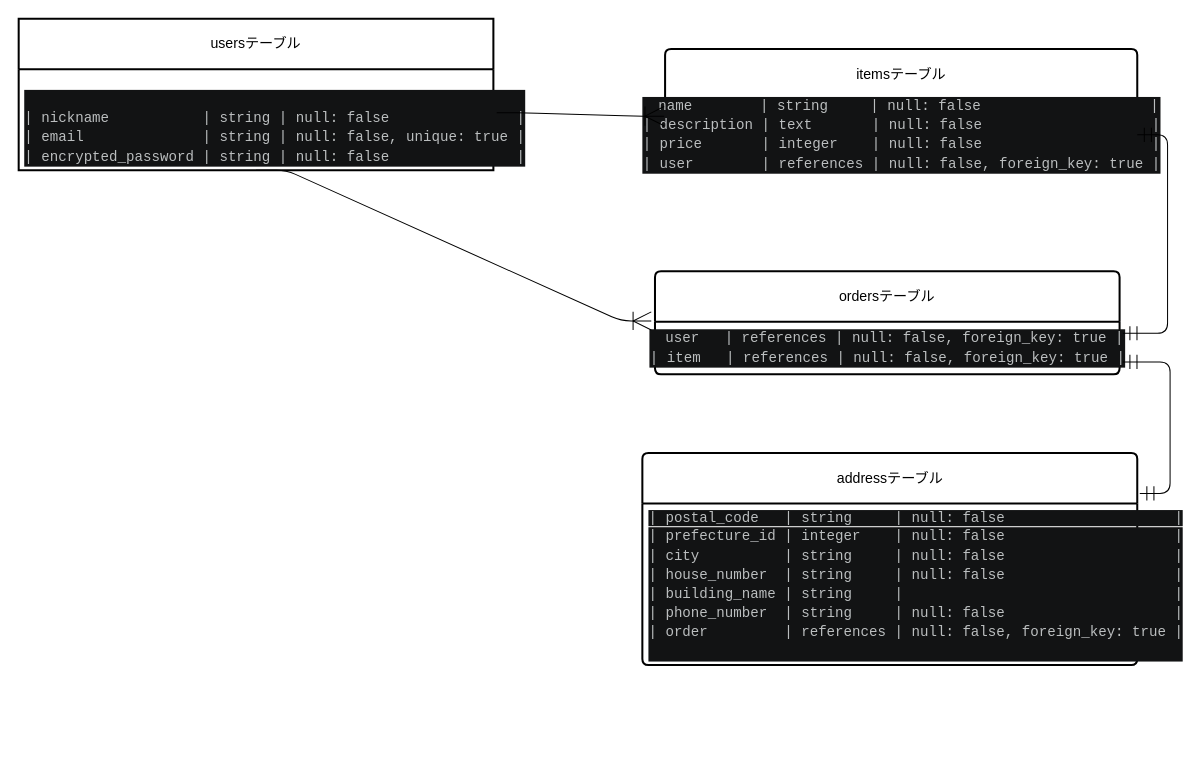
Before: .dio in turnandriverse6-netizen/furima-47924, a draw.io diagram. Source tidied: cells renumbered, new cells numbered last; positions are measured from the earlier drawing's top-left corner, leaving out a move shared by most shapes. Both pictures are drawn from the tidied source at 101%, with x=0, y=0 at pixel (18, 18).
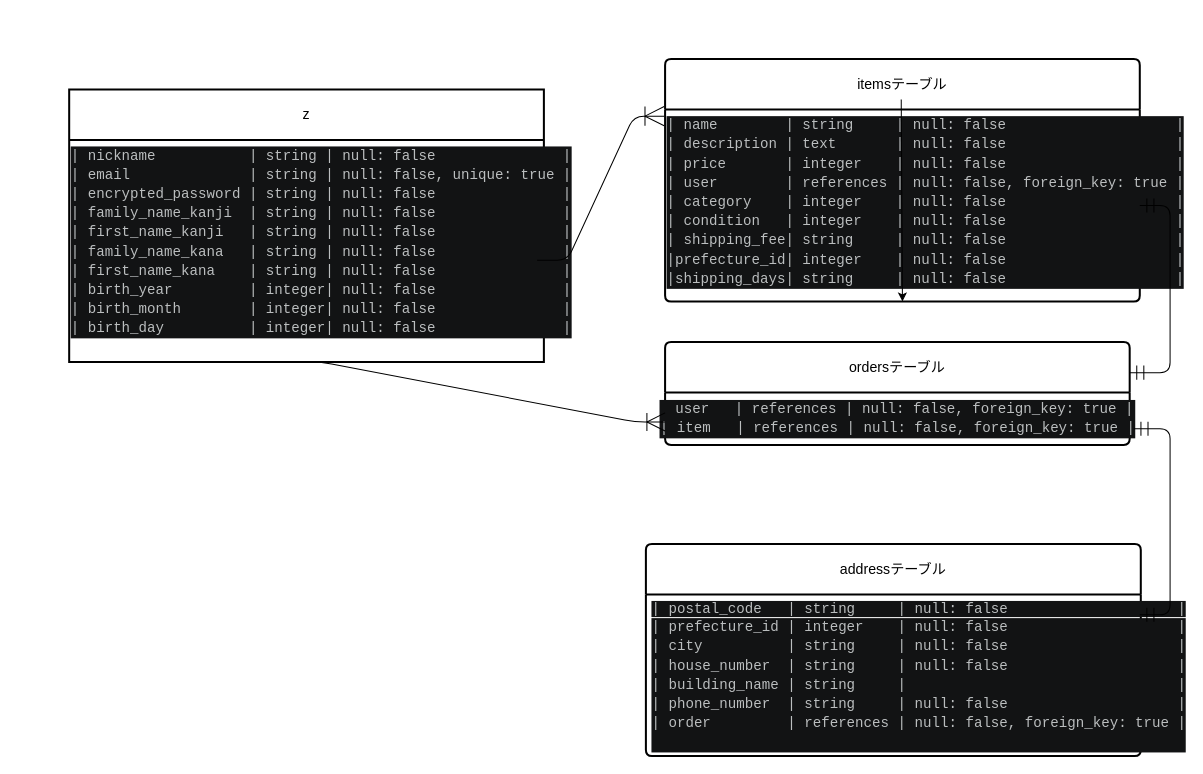
The same page after the edit.

Commit message (it also covers changes not shown here):
カラムの追加

Unchanged cells that the change refers to:
```xml
<mxCell id="7" value="&lt;div style=&quot;color: rgb(187, 190, 191); background-color: rgb(18, 19, 20); font-family: Consolas, &amp;quot;Courier New&amp;quot;, monospace; font-size: 14px; line-height: 19px; white-space-collapse: preserve;&quot;&gt;&lt;div&gt;&lt;span style=&quot;color: rgb(187, 190, 191);&quot;&gt;　user &amp;nbsp; | references | null: false, foreign_key: true |&lt;/span&gt;&lt;/div&gt;&lt;div&gt;&lt;span style=&quot;color: rgb(187, 190, 191);&quot;&gt;| item &amp;nbsp; | references | null: false, foreign_key: true |&lt;/span&gt;&lt;/div&gt;&lt;/div&gt;" style="text;html=1;align=center;verticalAlign=middle;points=[];strokeColor=none;fillColor=none;" parent="6" vertex="1">
  <mxGeometry y="50" width="460" height="52" as="geometry" />
</mxCell>
```

Change to the diagram source:
```diff
@@
-    <mxCell id="2" value="usersテーブル" style="swimlane;horizontal=1;startSize=50;rounded=1;fontSize=14;fontStyle=0;strokeWidth=2;shadow=0;dashed=0;align=center;arcSize=0;whiteSpace=wrap;html=1;" parent="1" vertex="1">
-      <mxGeometry width="470" height="150" as="geometry" />
+    <mxCell id="2" value="z" style="swimlane;horizontal=1;startSize=50;rounded=1;fontSize=14;fontStyle=0;strokeWidth=2;shadow=0;dashed=0;align=center;arcSize=0;whiteSpace=wrap;html=1;" parent="1" vertex="1">
+      <mxGeometry x="50" y="70" width="470" height="270" as="geometry" />
     </mxCell>
-    <mxCell id="3" value="&lt;br&gt;&lt;div style=&quot;color: rgb(187, 190, 191); background-color: rgb(18, 19, 20); font-family: Consolas, &amp;quot;Courier New&amp;quot;, monospace; font-size: 14px; line-height: 19px; white-space-collapse: preserve;&quot;&gt;&lt;div&gt;&lt;br&gt;&lt;/div&gt;&lt;div&gt;&lt;span style=&quot;color: rgb(187, 190, 191);&quot;&gt;| nickname &amp;nbsp; &amp;nbsp; &amp;nbsp; &amp;nbsp; &amp;nbsp; | string | null: false &amp;nbsp; &amp;nbsp; &amp;nbsp; &amp;nbsp; &amp;nbsp; &amp;nbsp; &amp;nbsp; |&lt;/span&gt;&lt;/div&gt;&lt;div&gt;&lt;span style=&quot;color: rgb(187, 190, 191);&quot;&gt;| email &amp;nbsp; &amp;nbsp; &amp;nbsp; &amp;nbsp; &amp;nbsp; &amp;nbsp; &amp;nbsp;| string | null: false, unique: true |&lt;/span&gt;&lt;/div&gt;&lt;div&gt;&lt;span style=&quot;color: rgb(187, 190, 191);&quot;&gt;| encrypted_password | string | null: false &amp;nbsp; &amp;nbsp; &amp;nbsp; &amp;nbsp; &amp;nbsp; &amp;nbsp; &amp;nbsp; |&lt;/span&gt;&lt;/div&gt;&lt;/div&gt;&lt;div&gt;&lt;br&gt;&lt;/div&gt;" style="align=left;strokeColor=none;fillColor=none;spacingLeft=4;fontSize=12;verticalAlign=top;html=1;" parent="2" vertex="1">
-      <mxGeometry y="50" width="470" height="100" as="geometry" />
-    </mxCell>
+    <mxCell id="14" value="&lt;div style=&quot;color: #bbbebf;background-color: #121314;font-family: Consolas, 'Courier New', monospace;font-weight: normal;font-size: 14px;line-height: 19px;white-space: pre;&quot;&gt;&lt;div&gt;&lt;span style=&quot;color: #bbbebf;&quot;&gt;| nickname &amp;nbsp; &amp;nbsp; &amp;nbsp; &amp;nbsp; &amp;nbsp; | string | null: false &amp;nbsp; &amp;nbsp; &amp;nbsp; &amp;nbsp; &amp;nbsp; &amp;nbsp; &amp;nbsp; |&lt;/span&gt;&lt;/div&gt;&lt;div&gt;&lt;span style=&quot;color: #bbbebf;&quot;&gt;| email &amp;nbsp; &amp;nbsp; &amp;nbsp; &amp;nbsp; &amp;nbsp; &amp;nbsp; &amp;nbsp;| string | null: false, unique: true |&lt;/span&gt;&lt;/div&gt;&lt;div&gt;&lt;span style=&quot;color: #bbbebf;&quot;&gt;| encrypted_password | string | null: false &amp;nbsp; &amp;nbsp; &amp;nbsp; &amp;nbsp; &amp;nbsp; &amp;nbsp; &amp;nbsp; |&lt;/span&gt;&lt;/div&gt;&lt;div&gt;&lt;span style=&quot;color: #bbbebf;&quot;&gt;| family_name_kanji &amp;nbsp;| string | null: false &amp;nbsp; &amp;nbsp; &amp;nbsp; &amp;nbsp; &amp;nbsp; &amp;nbsp; &amp;nbsp; |&lt;/span&gt;&lt;/div&gt;&lt;div&gt;&lt;span style=&quot;color: #bbbebf;&quot;&gt;| first_name_kanji &amp;nbsp; | string | null: false &amp;nbsp; &amp;nbsp; &amp;nbsp; &amp;nbsp; &amp;nbsp; &amp;nbsp; &amp;nbsp; |&lt;/span&gt;&lt;/div&gt;&lt;div&gt;&lt;span style=&quot;color: #bbbebf;&quot;&gt;| family_name_kana &amp;nbsp; | string | null: false &amp;nbsp; &amp;nbsp; &amp;nbsp; &amp;nbsp; &amp;nbsp; &amp;nbsp; &amp;nbsp; |&lt;/span&gt;&lt;/div&gt;&lt;div&gt;&lt;span style=&quot;color: #bbbebf;&quot;&gt;| first_name_kana &amp;nbsp; &amp;nbsp;| string | null: false &amp;nbsp; &amp;nbsp; &amp;nbsp; &amp;nbsp; &amp;nbsp; &amp;nbsp; &amp;nbsp; |&lt;/span&gt;&lt;/div&gt;&lt;div&gt;&lt;span style=&quot;color: #bbbebf;&quot;&gt;| birth_year &amp;nbsp; &amp;nbsp; &amp;nbsp; &amp;nbsp; | integer| null: false &amp;nbsp; &amp;nbsp; &amp;nbsp; &amp;nbsp; &amp;nbsp; &amp;nbsp; &amp;nbsp; |&lt;/span&gt;&lt;/div&gt;&lt;div&gt;&lt;span style=&quot;color: #bbbebf;&quot;&gt;| birth_month &amp;nbsp; &amp;nbsp; &amp;nbsp; &amp;nbsp;| integer| null: false &amp;nbsp; &amp;nbsp; &amp;nbsp; &amp;nbsp; &amp;nbsp; &amp;nbsp; &amp;nbsp; |&lt;/span&gt;&lt;/div&gt;&lt;div&gt;&lt;span style=&quot;color: #bbbebf;&quot;&gt;| birth_day &amp;nbsp; &amp;nbsp; &amp;nbsp; &amp;nbsp; &amp;nbsp;| integer| null: false &amp;nbsp; &amp;nbsp; &amp;nbsp; &amp;nbsp; &amp;nbsp; &amp;nbsp; &amp;nbsp; |&lt;/span&gt;&lt;/div&gt;&lt;/div&gt;" style="text;whiteSpace=wrap;html=1;" parent="2" vertex="1">
+      <mxGeometry y="50" width="470" height="220" as="geometry" />
+    </mxCell>
     <mxCell id="4" value="itemsテーブル" style="swimlane;horizontal=1;startSize=50;rounded=1;fontSize=14;fontStyle=0;strokeWidth=2;shadow=0;dashed=0;align=center;arcSize=4;whiteSpace=wrap;html=1;" parent="1" vertex="1">
-      <mxGeometry x="640" y="30" width="467.5" height="120" as="geometry" />
+      <mxGeometry x="640" y="40" width="470" height="240" as="geometry" />
     </mxCell>
-    <mxCell id="5" value="&lt;div style=&quot;color: rgb(187, 190, 191); background-color: rgb(18, 19, 20); font-family: Consolas, &amp;quot;Courier New&amp;quot;, monospace; font-size: 14px; line-height: 19px; white-space-collapse: preserve;&quot;&gt;&lt;div&gt;&lt;span style=&quot;color: rgb(187, 190, 191);&quot;&gt;　name &amp;nbsp; &amp;nbsp; &amp;nbsp; &amp;nbsp;| string &amp;nbsp; &amp;nbsp; | null: false &amp;nbsp; &amp;nbsp; &amp;nbsp; &amp;nbsp; &amp;nbsp; &amp;nbsp; &amp;nbsp; &amp;nbsp; &amp;nbsp; &amp;nbsp;|&lt;/span&gt;&lt;/div&gt;&lt;div&gt;&lt;span style=&quot;color: rgb(187, 190, 191);&quot;&gt;| description | text &amp;nbsp; &amp;nbsp; &amp;nbsp; | null: false &amp;nbsp; &amp;nbsp; &amp;nbsp; &amp;nbsp; &amp;nbsp; &amp;nbsp; &amp;nbsp; &amp;nbsp; &amp;nbsp; &amp;nbsp;|&lt;/span&gt;&lt;/div&gt;&lt;div&gt;&lt;span style=&quot;color: rgb(187, 190, 191);&quot;&gt;| price &amp;nbsp; &amp;nbsp; &amp;nbsp; | integer &amp;nbsp; &amp;nbsp;| null: false &amp;nbsp; &amp;nbsp; &amp;nbsp; &amp;nbsp; &amp;nbsp; &amp;nbsp; &amp;nbsp; &amp;nbsp; &amp;nbsp; &amp;nbsp;|&lt;/span&gt;&lt;/div&gt;&lt;div&gt;&lt;span style=&quot;color: rgb(187, 190, 191);&quot;&gt;| user &amp;nbsp; &amp;nbsp; &amp;nbsp; &amp;nbsp;| references | null: false, foreign_key: true |&lt;/span&gt;&lt;/div&gt;&lt;/div&gt;" style="text;html=1;align=center;verticalAlign=middle;points=[];strokeColor=none;fillColor=none;" parent="4" vertex="1">
-      <mxGeometry y="50" width="467.5" height="70" as="geometry" />
-    </mxCell>
+    <mxCell id="15" value="&lt;div style=&quot;color: #bbbebf;background-color: #121314;font-family: Consolas, 'Courier New', monospace;font-weight: normal;font-size: 14px;line-height: 19px;white-space: pre;&quot;&gt;&lt;div&gt;&lt;span style=&quot;color: #bbbebf;&quot;&gt;| name &amp;nbsp; &amp;nbsp; &amp;nbsp; &amp;nbsp;| string &amp;nbsp; &amp;nbsp; | null: false &amp;nbsp; &amp;nbsp; &amp;nbsp; &amp;nbsp; &amp;nbsp; &amp;nbsp; &amp;nbsp; &amp;nbsp; &amp;nbsp; &amp;nbsp;|&lt;/span&gt;&lt;/div&gt;&lt;div&gt;&lt;span style=&quot;color: #bbbebf;&quot;&gt;| description | text &amp;nbsp; &amp;nbsp; &amp;nbsp; | null: false &amp;nbsp; &amp;nbsp; &amp;nbsp; &amp;nbsp; &amp;nbsp; &amp;nbsp; &amp;nbsp; &amp;nbsp; &amp;nbsp; &amp;nbsp;|&lt;/span&gt;&lt;/div&gt;&lt;div&gt;&lt;span style=&quot;color: #bbbebf;&quot;&gt;| price &amp;nbsp; &amp;nbsp; &amp;nbsp; | integer &amp;nbsp; &amp;nbsp;| null: false &amp;nbsp; &amp;nbsp; &amp;nbsp; &amp;nbsp; &amp;nbsp; &amp;nbsp; &amp;nbsp; &amp;nbsp; &amp;nbsp; &amp;nbsp;|&lt;/span&gt;&lt;/div&gt;&lt;div&gt;&lt;span style=&quot;color: #bbbebf;&quot;&gt;| user &amp;nbsp; &amp;nbsp; &amp;nbsp; &amp;nbsp;| references | null: false, foreign_key: true |&lt;/span&gt;&lt;/div&gt;&lt;div&gt;&lt;span style=&quot;color: #bbbebf;&quot;&gt;| category &amp;nbsp; &amp;nbsp;| integer &amp;nbsp; &amp;nbsp;| null: false &amp;nbsp; &amp;nbsp; &amp;nbsp; &amp;nbsp; &amp;nbsp; &amp;nbsp; &amp;nbsp; &amp;nbsp; &amp;nbsp; &amp;nbsp;|&lt;/span&gt;&lt;/div&gt;&lt;div&gt;&lt;span style=&quot;color: #bbbebf;&quot;&gt;| condition &amp;nbsp; | integer &amp;nbsp; &amp;nbsp;| null: false &amp;nbsp; &amp;nbsp; &amp;nbsp; &amp;nbsp; &amp;nbsp; &amp;nbsp; &amp;nbsp; &amp;nbsp; &amp;nbsp; &amp;nbsp;|&lt;/span&gt;&lt;/div&gt;&lt;div&gt;&lt;span style=&quot;color: #bbbebf;&quot;&gt;| shipping_fee| string &amp;nbsp; &amp;nbsp; | null: false &amp;nbsp; &amp;nbsp; &amp;nbsp; &amp;nbsp; &amp;nbsp; &amp;nbsp; &amp;nbsp; &amp;nbsp; &amp;nbsp; &amp;nbsp;|&lt;/span&gt;&lt;/div&gt;&lt;div&gt;&lt;span style=&quot;color: #bbbebf;&quot;&gt;|prefecture_id| integer &amp;nbsp; &amp;nbsp;| null: false &amp;nbsp; &amp;nbsp; &amp;nbsp; &amp;nbsp; &amp;nbsp; &amp;nbsp; &amp;nbsp; &amp;nbsp; &amp;nbsp; &amp;nbsp;|&lt;/span&gt;&lt;/div&gt;&lt;div&gt;&lt;span style=&quot;color: #bbbebf;&quot;&gt;|shipping_days| string &amp;nbsp; &amp;nbsp; | null: false &amp;nbsp; &amp;nbsp; &amp;nbsp; &amp;nbsp; &amp;nbsp; &amp;nbsp; &amp;nbsp; &amp;nbsp; &amp;nbsp; &amp;nbsp;|&lt;/span&gt;&lt;/div&gt;&lt;/div&gt;" style="text;whiteSpace=wrap;html=1;" parent="4" vertex="1">
+      <mxGeometry y="50" width="470" height="190" as="geometry" />
+    </mxCell>
+    <mxCell id="16" value="&lt;div style=&quot;color: rgb(187, 190, 191); background-color: rgb(18, 19, 20); font-family: Consolas, &amp;quot;Courier New&amp;quot;, monospace; font-size: 14px; line-height: 19px; white-space-collapse: preserve;&quot;&gt;&lt;div style=&quot;color: rgb(187, 190, 191); line-height: 19px;&quot;&gt;&lt;br&gt;&lt;/div&gt;&lt;/div&gt;" style="text;html=1;align=center;verticalAlign=middle;points=[];strokeColor=none;fillColor=none;" parent="4" vertex="1">
+      <mxGeometry y="240" width="470" as="geometry" />
+    </mxCell>
     <mxCell id="6" value="ordersテーブル" style="swimlane;horizontal=1;startSize=50;rounded=1;fontSize=14;fontStyle=0;strokeWidth=2;shadow=0;dashed=0;align=center;arcSize=4;whiteSpace=wrap;html=1;" parent="1" vertex="1">
-      <mxGeometry x="630" y="250" width="460" height="102" as="geometry" />
+      <mxGeometry x="640" y="320" width="460" height="102" as="geometry" />
     </mxCell>
@@
     <mxCell id="8" value="addressテーブル" style="swimlane;horizontal=1;startSize=50;rounded=1;fontSize=14;fontStyle=0;strokeWidth=2;shadow=0;dashed=0;align=center;arcSize=4;whiteSpace=wrap;html=1;" parent="1" vertex="1">
-      <mxGeometry x="617.5" y="430" width="490" height="210" as="geometry" />
+      <mxGeometry x="621" y="520" width="490" height="210" as="geometry" />
     </mxCell>
@@
-    <mxCell id="10" style="edgeStyle=entityRelationEdgeStyle;fontSize=12;html=1;endArrow=ERoneToMany;exitX=1.007;exitY=0.432;exitDx=0;exitDy=0;exitPerimeter=0;entryX=-0.002;entryY=0.236;entryDx=0;entryDy=0;entryPerimeter=0;endSize=17;startSize=20;sourcePerimeterSpacing=4;" parent="1" edge="1" source="3" target="5">
+    <mxCell id="10" style="edgeStyle=entityRelationEdgeStyle;fontSize=12;html=1;endArrow=ERoneToMany;exitX=1.007;exitY=0.432;exitDx=0;exitDy=0;exitPerimeter=0;entryX=-0.002;entryY=0.236;entryDx=0;entryDy=0;entryPerimeter=0;endSize=17;startSize=20;sourcePerimeterSpacing=4;" parent="1" edge="1">
       <mxGeometry relative="1" as="geometry">
+        <mxPoint x="513.3" y="239.1" as="sourcePoint" />
+        <mxPoint x="639.1" y="96.5" as="targetPoint" />
         <Array as="points">
           <mxPoint x="480" y="270" />
         </Array>
       </mxGeometry>
     </mxCell>
-    <mxCell id="11" style="edgeStyle=entityRelationEdgeStyle;fontSize=12;html=1;endArrow=ERmandOne;startArrow=ERmandOne;exitX=1.007;exitY=0.221;exitDx=0;exitDy=0;exitPerimeter=0;endSize=12;jumpSize=9;startSize=12;" parent="1" edge="1" source="7" target="5">
+    <mxCell id="11" style="edgeStyle=entityRelationEdgeStyle;fontSize=12;html=1;endArrow=ERmandOne;startArrow=ERmandOne;exitX=1;exitY=0.25;exitDx=0;exitDy=0;endSize=12;jumpSize=9;startSize=12;" parent="1" edge="1" target="15">
       <mxGeometry relative="1" as="geometry">
+        <mxPoint x="1100" y="350.5" as="sourcePoint" />
         <Array as="points">
-          <mxPoint x="890" y="230" />
-          <mxPoint x="890" y="240" />
-          <mxPoint x="730" y="240" />
-          <mxPoint x="520" y="270" />
-          <mxPoint x="640" y="130" />
-          <mxPoint x="630" y="140" />
-          <mxPoint x="510" y="270" />
-          <mxPoint x="500" y="210" />
-          <mxPoint x="850" y="170" />
-          <mxPoint x="510" y="280" />
-          <mxPoint x="560" y="140" />
-          <mxPoint x="510" y="150" />
+          <mxPoint x="884.8" y="230" />
+          <mxPoint x="884.8" y="240" />
+          <mxPoint x="724.8" y="240" />
+          <mxPoint x="514.8" y="270" />
+          <mxPoint x="1170" y="230" />
+          <mxPoint x="1120" y="145" />
+          <mxPoint x="1110" y="165" />
+          <mxPoint x="1130" y="145" />
+          <mxPoint x="634.8" y="130" />
+          <mxPoint x="624.8" y="140" />
+          <mxPoint x="504.8" y="270" />
+          <mxPoint x="494.8" y="210" />
+          <mxPoint x="844.8" y="170" />
+          <mxPoint x="504.8" y="280" />
+          <mxPoint x="554.8" y="140" />
+          <mxPoint x="504.8" y="150" />
         </Array>
       </mxGeometry>
     </mxCell>
-    <mxCell id="12" style="edgeStyle=entityRelationEdgeStyle;fontSize=12;html=1;endArrow=ERmandOne;startArrow=ERmandOne;entryX=1.007;entryY=0.766;entryDx=0;entryDy=0;entryPerimeter=0;endSize=12;startSize=12;" parent="1" edge="1" target="7">
+    <mxCell id="12" style="edgeStyle=entityRelationEdgeStyle;fontSize=12;html=1;endArrow=ERmandOne;startArrow=ERmandOne;entryX=1.009;entryY=0.692;entryDx=0;entryDy=0;entryPerimeter=0;endSize=12;startSize=12;" parent="1" edge="1" target="7">
       <mxGeometry relative="1" as="geometry">
-        <mxPoint x="1110" y="470" as="sourcePoint" />
+        <mxPoint x="1110" y="590.2" as="sourcePoint" />
         <Array as="points">
-          <mxPoint x="1070" y="440" />
-          <mxPoint x="1130" y="380" />
+          <mxPoint x="1070" y="560.2" />
+          <mxPoint x="1130" y="500.2" />
+          <mxPoint x="1100" y="340" />
+          <mxPoint x="1120" y="460" />
         </Array>
       </mxGeometry>
     </mxCell>
-    <mxCell id="13" style="edgeStyle=entityRelationEdgeStyle;fontSize=12;html=1;endArrow=ERoneToMany;exitX=0.5;exitY=1;exitDx=0;exitDy=0;entryX=-0.008;entryY=-0.014;entryDx=0;entryDy=0;entryPerimeter=0;endSize=16;" parent="1" edge="1" source="3" target="7">
+    <mxCell id="13" style="edgeStyle=entityRelationEdgeStyle;fontSize=12;html=1;endArrow=ERoneToMany;entryX=-0.008;entryY=-0.014;entryDx=0;entryDy=0;entryPerimeter=0;endSize=16;" parent="1" edge="1">
       <mxGeometry relative="1" as="geometry">
+        <mxPoint x="270" y="340" as="sourcePoint" />
+        <mxPoint x="640" y="399.3" as="targetPoint" />
         <Array as="points">
-          <mxPoint x="430" y="250" />
-          <mxPoint x="420" y="260" />
-          <mxPoint x="420" y="250" />
-          <mxPoint x="430" y="240" />
+          <mxPoint x="433.7" y="280" />
+          <mxPoint x="423.7" y="290" />
+          <mxPoint x="423.7" y="280" />
+          <mxPoint x="433.7" y="270" />
         </Array>
       </mxGeometry>
     </mxCell>
+    <mxCell id="17" style="edgeStyle=none;html=1;" parent="1" edge="1" target="16">
+      <mxGeometry relative="1" as="geometry">
+        <mxPoint x="873.8" y="80" as="sourcePoint" />
+      </mxGeometry>
+    </mxCell>
```
